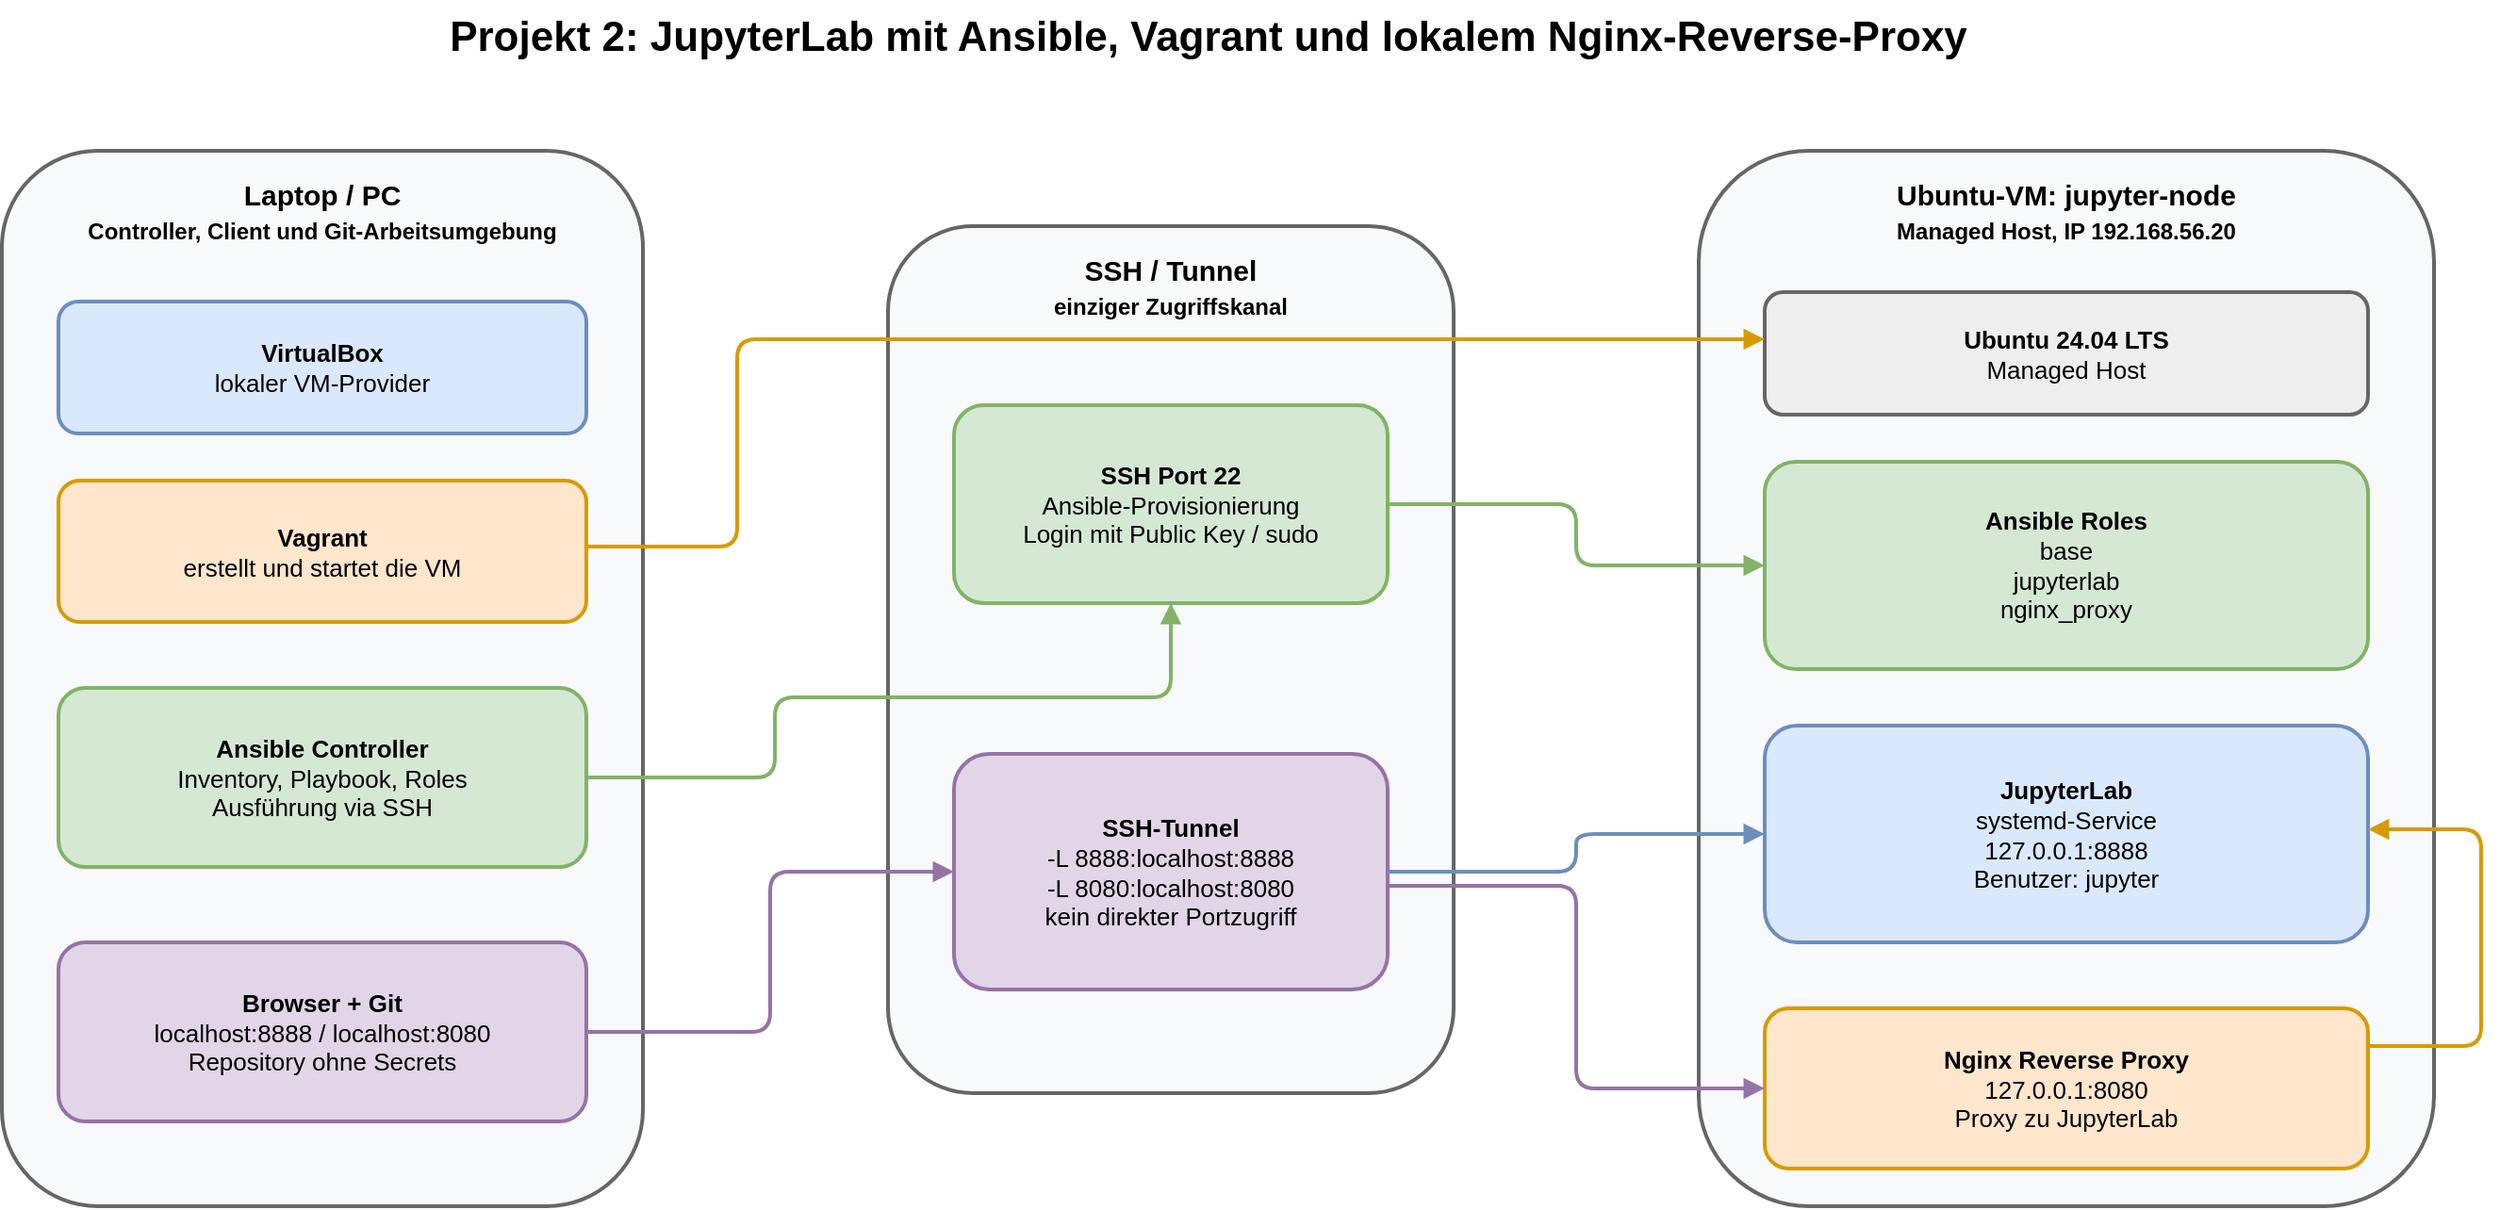
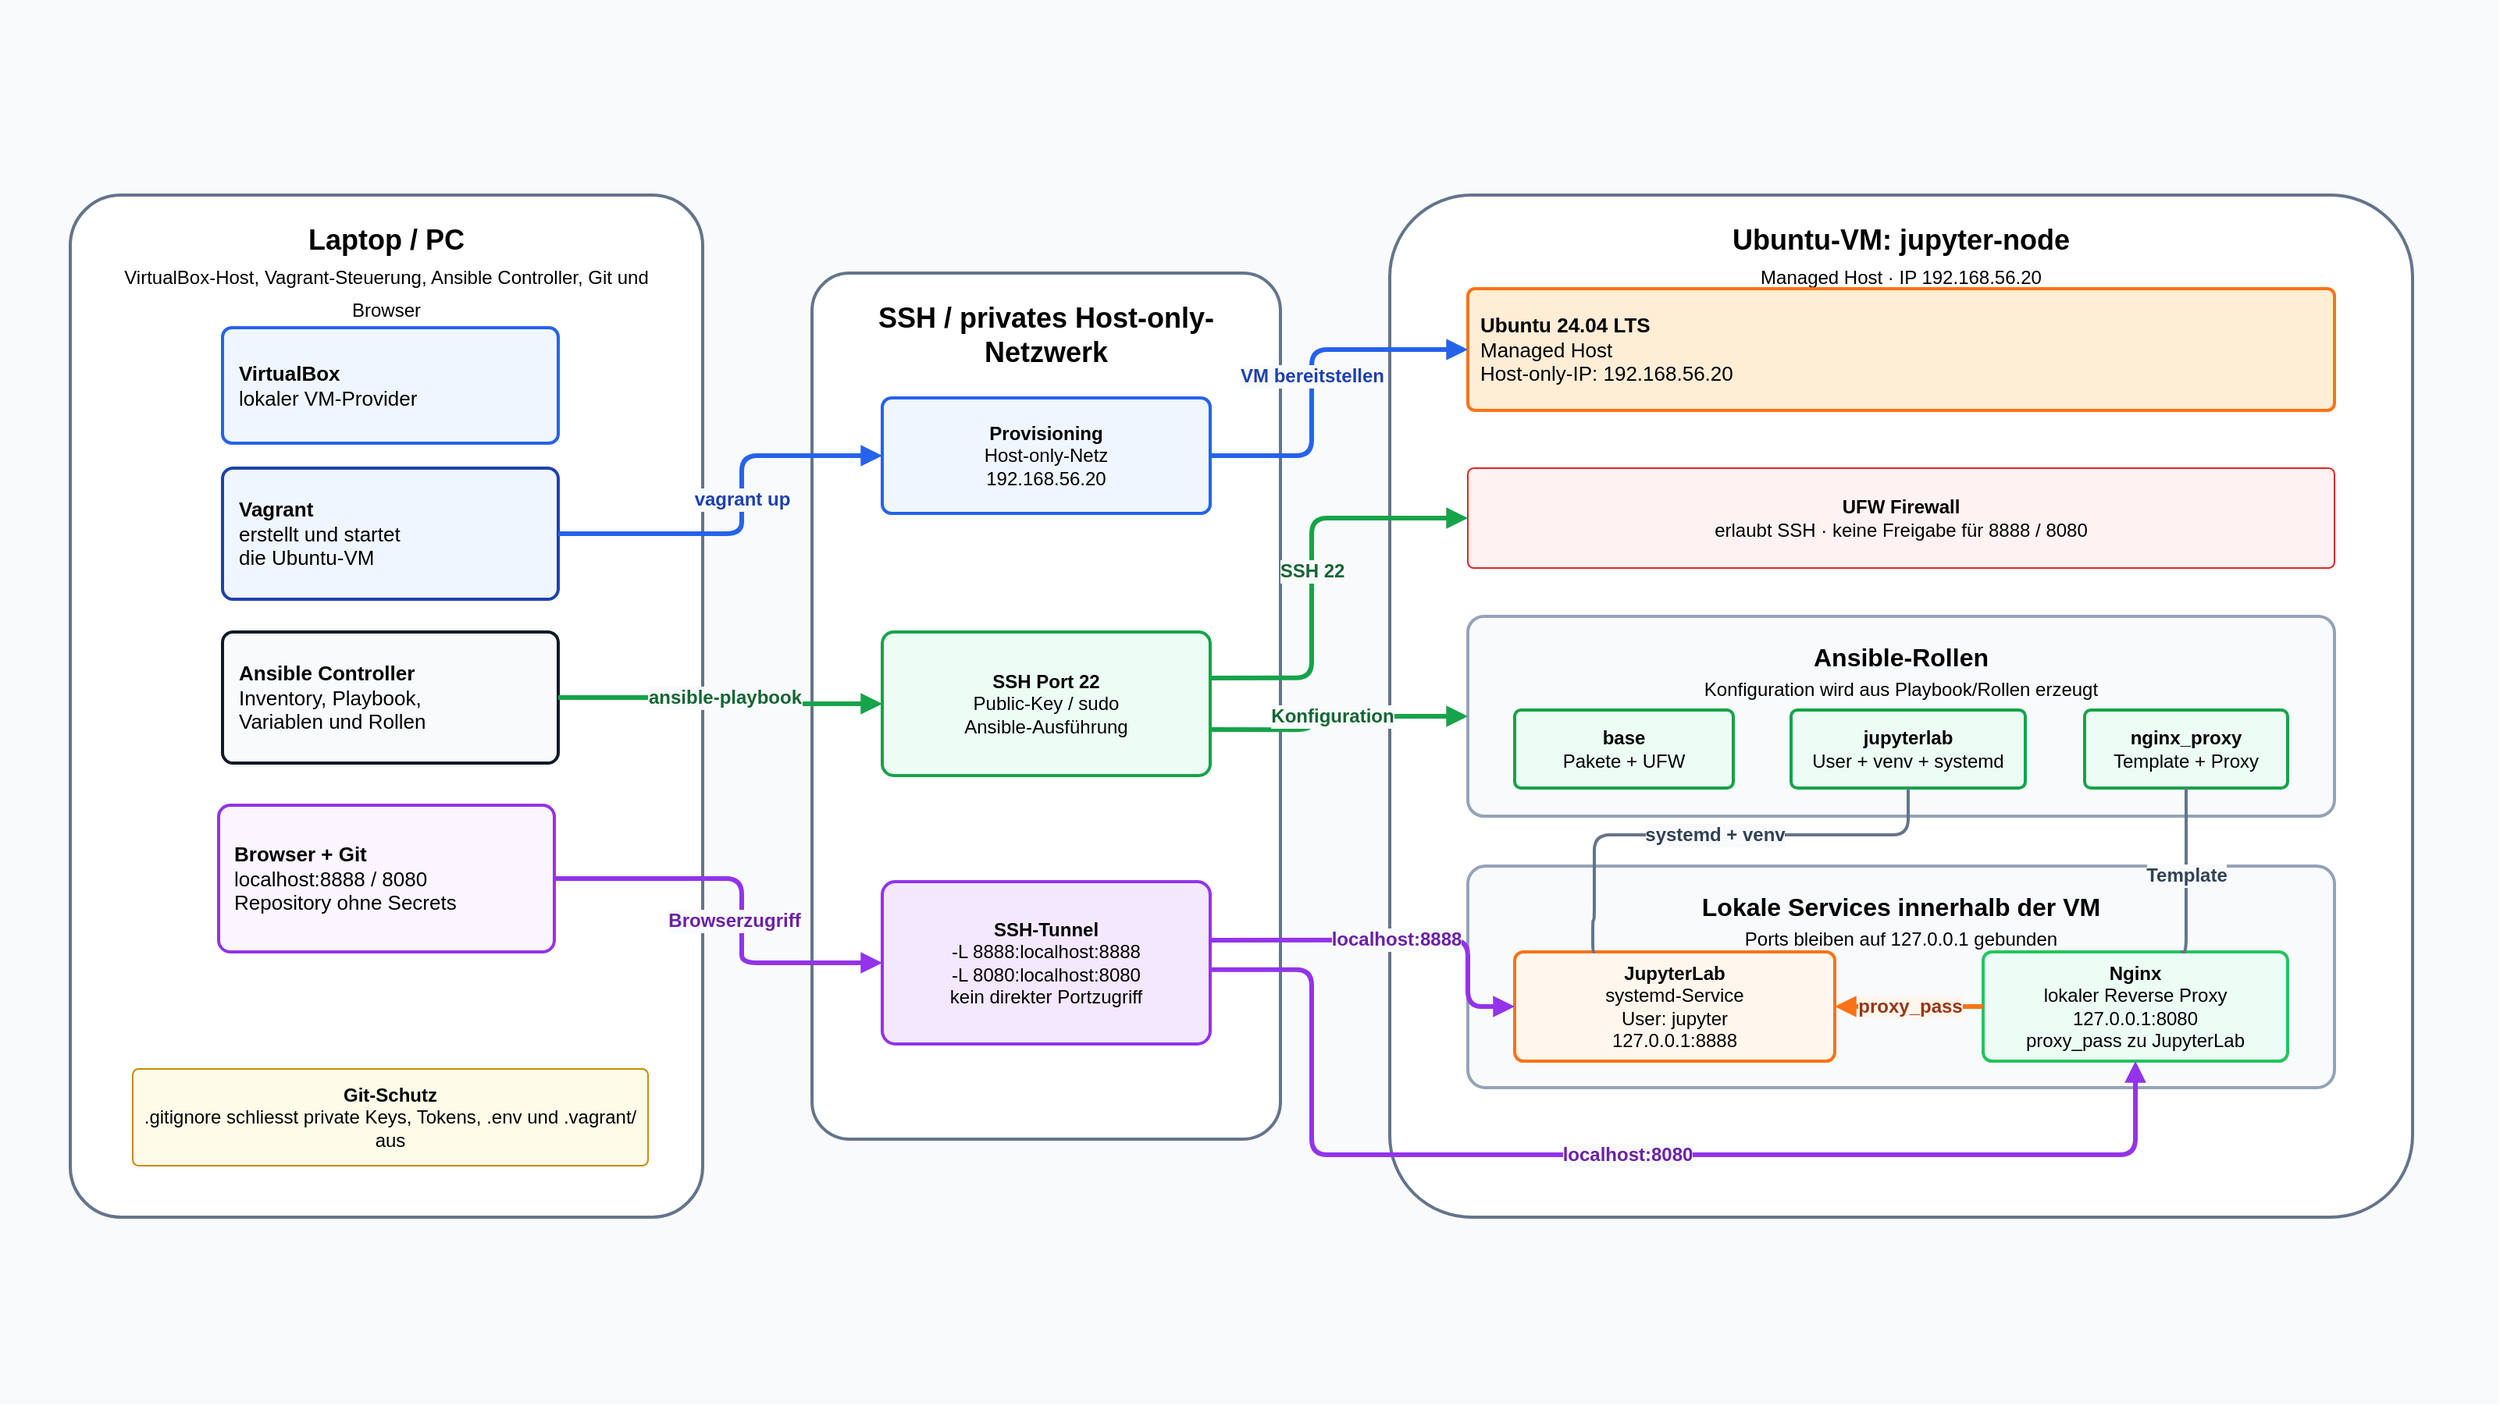
- <mxfile host="app.diagrams.net">
-   <diagram name="JupyterLab Ansible Architektur" id="jMA4xg-ikUPr2BjdF8rM">
-     <mxGraphModel dx="1406" dy="780" grid="1" gridSize="10" guides="1" tooltips="1" connect="1" arrows="1" fold="1" page="1" pageScale="1" pageWidth="827" pageHeight="1169" math="0" shadow="0">
+ <mxfile host="app.diagrams.net" agent="ChatGPT">
+   <diagram id="clean-jupyter-ansible" name="JupyterLab Ansible Architektur">
+     <mxGraphModel dx="1654" dy="918" grid="1" gridSize="10" guides="1" tooltips="1" connect="1" arrows="1" fold="1" page="1" pageScale="1" pageWidth="1600" pageHeight="900" math="0" shadow="0">
      <root>
        <mxCell id="0" />
        <mxCell id="1" parent="0" />
-         <mxCell id="ASk4GoaggNcpJz1mAXLk-42" parent="1" style="text;html=1;strokeColor=none;fillColor=none;align=center;verticalAlign=middle;whiteSpace=wrap;rounded=0;fontSize=22;fontStyle=1;" value="Projekt 2: JupyterLab mit Ansible, Vagrant und lokalem Nginx-Reverse-Proxy" vertex="1">
-           <mxGeometry height="40" width="1240" x="80" y="30" as="geometry" />
+         <mxCell id="bg" parent="1" style="rect;whiteSpace=wrap;html=1;fillColor=#f8fafc;strokeColor=none;" value="" vertex="1">
+           <mxGeometry height="900" width="1600" as="geometry" />
        </mxCell>
-         <mxCell id="ASk4GoaggNcpJz1mAXLk-43" parent="1" style="rounded=1;whiteSpace=wrap;html=1;shadow=0;strokeWidth=2;spacing=10;fontSize=15;fontStyle=1;align=center;verticalAlign=top;fillColor=#f8f9fa;strokeColor=#666666;" value="&lt;b&gt;Laptop / PC&lt;/b&gt;&lt;br&gt;&lt;span style=&#39;font-size:12px&#39;&gt;Controller, Client und Git-Arbeitsumgebung&lt;/span&gt;" vertex="1">
-           <mxGeometry height="560" width="340" x="60" y="110" as="geometry" />
+         <mxCell id="zone_pc" parent="1" style="rounded=1;whiteSpace=wrap;html=1;arcSize=8;strokeWidth=2;spacing=14;fontSize=18;fontStyle=1;align=center;verticalAlign=top;fillColor=#ffffff;strokeColor=#64748b;shadow=0;" value="&lt;b&gt;Laptop / PC&lt;/b&gt;&lt;br&gt;&lt;span style=&quot;font-size:12px;font-weight:normal&quot;&gt;VirtualBox-Host, Vagrant-Steuerung, Ansible Controller, Git und Browser&lt;/span&gt;" vertex="1">
+           <mxGeometry height="655" width="405" x="45" y="125" as="geometry" />
        </mxCell>
-         <mxCell id="ASk4GoaggNcpJz1mAXLk-44" parent="ASk4GoaggNcpJz1mAXLk-43" style="rounded=1;whiteSpace=wrap;html=1;shadow=0;strokeWidth=2;spacing=8;fontSize=13;align=center;verticalAlign=middle;fillColor=#dae8fc;strokeColor=#6c8ebf;" value="&lt;b&gt;VirtualBox&lt;/b&gt;&lt;br&gt;lokaler VM-Provider" vertex="1">
-           <mxGeometry height="70" width="280" x="30" y="80" as="geometry" />
+         <mxCell id="zone_net" parent="1" style="rounded=1;whiteSpace=wrap;html=1;arcSize=8;strokeWidth=2;spacing=14;fontSize=18;fontStyle=1;align=center;verticalAlign=top;fillColor=#ffffff;strokeColor=#64748b;shadow=0;" value="&lt;b&gt;SSH / privates Host-only-Netzwerk&lt;/b&gt;" vertex="1">
+           <mxGeometry height="555" width="300" x="520" y="175" as="geometry" />
        </mxCell>
-         <mxCell id="ASk4GoaggNcpJz1mAXLk-45" parent="ASk4GoaggNcpJz1mAXLk-43" style="rounded=1;whiteSpace=wrap;html=1;shadow=0;strokeWidth=2;spacing=8;fontSize=13;align=center;verticalAlign=middle;fillColor=#ffe6cc;strokeColor=#d79b00;" value="&lt;b&gt;Vagrant&lt;/b&gt;&lt;br&gt;erstellt und startet die VM" vertex="1">
-           <mxGeometry height="75" width="280" x="30" y="175" as="geometry" />
+         <mxCell id="zone_vm" parent="1" style="rounded=1;whiteSpace=wrap;html=1;arcSize=8;strokeWidth=2;spacing=14;fontSize=18;fontStyle=1;align=center;verticalAlign=top;fillColor=#ffffff;strokeColor=#64748b;shadow=0;" value="&lt;b&gt;Ubuntu-VM: jupyter-node&lt;/b&gt;&lt;br&gt;&lt;span style=&quot;font-size:12px;font-weight:normal&quot;&gt;Managed Host · IP 192.168.56.20&lt;/span&gt;" vertex="1">
+           <mxGeometry height="655" width="655" x="890" y="125" as="geometry" />
        </mxCell>
-         <mxCell id="ASk4GoaggNcpJz1mAXLk-46" parent="ASk4GoaggNcpJz1mAXLk-43" style="rounded=1;whiteSpace=wrap;html=1;shadow=0;strokeWidth=2;spacing=8;fontSize=13;align=center;verticalAlign=middle;fillColor=#d5e8d4;strokeColor=#82b366;" value="&lt;b&gt;Ansible Controller&lt;/b&gt;&lt;br&gt;Inventory, Playbook, Roles&lt;br&gt;Ausführung via SSH" vertex="1">
-           <mxGeometry height="95" width="280" x="30" y="285" as="geometry" />
+         <mxCell id="pc_virtualbox" parent="1" style="rounded=1;whiteSpace=wrap;html=1;arcSize=8;strokeWidth=2;spacing=10;fontSize=13;align=left;verticalAlign=middle;fillColor=#ffffff;strokeColor=#334155;fillColor=#eff6ff;strokeColor=#2563eb;" value="&lt;b&gt;VirtualBox&lt;/b&gt;&lt;br&gt;lokaler VM-Provider" vertex="1">
+           <mxGeometry height="74" width="215" x="142.5" y="210" as="geometry" />
        </mxCell>
-         <mxCell id="ASk4GoaggNcpJz1mAXLk-47" parent="ASk4GoaggNcpJz1mAXLk-43" style="rounded=1;whiteSpace=wrap;html=1;shadow=0;strokeWidth=2;spacing=8;fontSize=13;align=center;verticalAlign=middle;fillColor=#e1d5e7;strokeColor=#9673a6;" value="&lt;b&gt;Browser + Git&lt;/b&gt;&lt;br&gt;localhost:8888 / localhost:8080&lt;br&gt;Repository ohne Secrets" vertex="1">
-           <mxGeometry height="95" width="280" x="30" y="420" as="geometry" />
+         <mxCell id="pc_vagrant" parent="1" style="rounded=1;whiteSpace=wrap;html=1;arcSize=8;strokeWidth=2;spacing=10;fontSize=13;align=left;verticalAlign=middle;fillColor=#ffffff;strokeColor=#334155;fillColor=#eff6ff;strokeColor=#1e40af;" value="&lt;b&gt;Vagrant&lt;/b&gt;&lt;br&gt;erstellt und startet&lt;br&gt;die Ubuntu-VM" vertex="1">
+           <mxGeometry height="84" width="215" x="142.5" y="300" as="geometry" />
        </mxCell>
-         <mxCell id="ASk4GoaggNcpJz1mAXLk-48" parent="1" style="rounded=1;whiteSpace=wrap;html=1;shadow=0;strokeWidth=2;spacing=10;fontSize=15;fontStyle=1;align=center;verticalAlign=top;fillColor=#f8f9fa;strokeColor=#666666;" value="&lt;b&gt;SSH / Tunnel&lt;/b&gt;&lt;br&gt;&lt;span style=&#39;font-size:12px&#39;&gt;einziger Zugriffskanal&lt;/span&gt;" vertex="1">
-           <mxGeometry height="460" width="300" x="530" y="150" as="geometry" />
+         <mxCell id="pc_ansible" parent="1" style="rounded=1;whiteSpace=wrap;html=1;arcSize=8;strokeWidth=2;spacing=10;fontSize=13;align=left;verticalAlign=middle;fillColor=#ffffff;strokeColor=#334155;fillColor=#f8fafc;strokeColor=#111827;" value="&lt;b&gt;Ansible Controller&lt;/b&gt;&lt;br&gt;Inventory, Playbook,&lt;br&gt;Variablen und Rollen" vertex="1">
+           <mxGeometry height="84" width="215" x="142.5" y="405" as="geometry" />
        </mxCell>
-         <mxCell id="ASk4GoaggNcpJz1mAXLk-49" parent="ASk4GoaggNcpJz1mAXLk-48" style="rounded=1;whiteSpace=wrap;html=1;shadow=0;strokeWidth=2;spacing=8;fontSize=13;align=center;verticalAlign=middle;fillColor=#d5e8d4;strokeColor=#82b366;" value="&lt;b&gt;SSH Port 22&lt;/b&gt;&lt;br&gt;Ansible-Provisionierung&lt;br&gt;Login mit Public Key / sudo" vertex="1">
-           <mxGeometry height="105" width="230" x="35" y="95" as="geometry" />
+         <mxCell id="pc_browser" parent="1" style="rounded=1;whiteSpace=wrap;html=1;arcSize=8;strokeWidth=2;spacing=10;fontSize=13;align=left;verticalAlign=middle;fillColor=#ffffff;strokeColor=#334155;fillColor=#faf5ff;strokeColor=#9333ea;" value="&lt;b&gt;Browser + Git&lt;/b&gt;&lt;br&gt;localhost:8888 / 8080&lt;br&gt;Repository ohne Secrets" vertex="1">
+           <mxGeometry height="94" width="215" x="140" y="516" as="geometry" />
        </mxCell>
-         <mxCell id="ASk4GoaggNcpJz1mAXLk-50" parent="ASk4GoaggNcpJz1mAXLk-48" style="rounded=1;whiteSpace=wrap;html=1;shadow=0;strokeWidth=2;spacing=8;fontSize=13;align=center;verticalAlign=middle;fillColor=#e1d5e7;strokeColor=#9673a6;" value="&lt;b&gt;SSH-Tunnel&lt;/b&gt;&lt;br&gt;-L 8888:localhost:8888&lt;br&gt;-L 8080:localhost:8080&lt;br&gt;kein direkter Portzugriff" vertex="1">
-           <mxGeometry height="125" width="230" x="35" y="280" as="geometry" />
+         <mxCell id="pc_no_secrets" parent="1" style="rounded=1;whiteSpace=wrap;html=1;arcSize=6;strokeWidth=1;spacing=8;fontSize=12;align=center;verticalAlign=middle;fillColor=#fefce8;strokeColor=#ca8a04;" value="&lt;b&gt;Git-Schutz&lt;/b&gt;&lt;br&gt;.gitignore schliesst private Keys, Tokens, .env und .vagrant/ aus" vertex="1">
+           <mxGeometry height="62" width="330" x="85" y="685" as="geometry" />
        </mxCell>
-         <mxCell id="ASk4GoaggNcpJz1mAXLk-51" parent="1" style="rounded=1;whiteSpace=wrap;html=1;shadow=0;strokeWidth=2;spacing=10;fontSize=15;fontStyle=1;align=center;verticalAlign=top;fillColor=#f8f9fa;strokeColor=#666666;" value="&lt;b&gt;Ubuntu-VM: jupyter-node&lt;/b&gt;&lt;br&gt;&lt;span style=&#39;font-size:12px&#39;&gt;Managed Host, IP 192.168.56.20&lt;/span&gt;" vertex="1">
-           <mxGeometry height="560" width="390" x="960" y="110" as="geometry" />
+         <mxCell id="net_provision" parent="1" style="rounded=1;whiteSpace=wrap;html=1;arcSize=8;strokeWidth=2;spacing=8;fontSize=12;align=center;verticalAlign=middle;fillColor=#ffffff;strokeColor=#334155;fillColor=#eff6ff;strokeColor=#2563eb;" value="&lt;b&gt;Provisioning&lt;/b&gt;&lt;br&gt;Host-only-Netz&lt;br&gt;192.168.56.20" vertex="1">
+           <mxGeometry height="74" width="210" x="565" y="255" as="geometry" />
        </mxCell>
-         <mxCell id="ASk4GoaggNcpJz1mAXLk-52" parent="ASk4GoaggNcpJz1mAXLk-51" style="rounded=1;whiteSpace=wrap;html=1;shadow=0;strokeWidth=2;spacing=8;fontSize=13;align=center;verticalAlign=middle;fillColor=#eeeeee;strokeColor=#666666;" value="&lt;b&gt;Ubuntu 24.04 LTS&lt;/b&gt;&lt;br&gt;Managed Host" vertex="1">
-           <mxGeometry height="65" width="320" x="35" y="75" as="geometry" />
+         <mxCell id="net_ssh" parent="1" style="rounded=1;whiteSpace=wrap;html=1;arcSize=8;strokeWidth=2;spacing=8;fontSize=12;align=center;verticalAlign=middle;fillColor=#ecfdf5;strokeColor=#16a34a;" value="&lt;b&gt;SSH Port 22&lt;/b&gt;&lt;br&gt;Public-Key / sudo&lt;br&gt;Ansible-Ausführung" vertex="1">
+           <mxGeometry height="92" width="210" x="565" y="405" as="geometry" />
        </mxCell>
-         <mxCell id="ASk4GoaggNcpJz1mAXLk-53" parent="ASk4GoaggNcpJz1mAXLk-51" style="rounded=1;whiteSpace=wrap;html=1;shadow=0;strokeWidth=2;spacing=8;fontSize=13;align=center;verticalAlign=middle;fillColor=#d5e8d4;strokeColor=#82b366;" value="&lt;b&gt;Ansible Roles&lt;/b&gt;&lt;br&gt;base&lt;br&gt;jupyterlab&lt;br&gt;nginx_proxy" vertex="1">
-           <mxGeometry height="110" width="320" x="35" y="165" as="geometry" />
+         <mxCell id="net_tunnel" parent="1" style="rounded=1;whiteSpace=wrap;html=1;arcSize=8;strokeWidth=2;spacing=8;fontSize=12;align=center;verticalAlign=middle;fillColor=#f3e8ff;strokeColor=#9333ea;" value="&lt;b&gt;SSH-Tunnel&lt;/b&gt;&lt;br&gt;-L 8888:localhost:8888&lt;br&gt;-L 8080:localhost:8080&lt;br&gt;kein direkter Portzugriff" vertex="1">
+           <mxGeometry height="104" width="210" x="565" y="565" as="geometry" />
        </mxCell>
-         <mxCell id="ASk4GoaggNcpJz1mAXLk-54" parent="ASk4GoaggNcpJz1mAXLk-51" style="rounded=1;whiteSpace=wrap;html=1;shadow=0;strokeWidth=2;spacing=8;fontSize=13;align=center;verticalAlign=middle;fillColor=#dae8fc;strokeColor=#6c8ebf;" value="&lt;b&gt;JupyterLab&lt;/b&gt;&lt;br&gt;systemd-Service&lt;br&gt;127.0.0.1:8888&lt;br&gt;Benutzer: jupyter" vertex="1">
-           <mxGeometry height="115" width="320" x="35" y="305" as="geometry" />
+         <mxCell id="vm_os" parent="1" style="rounded=1;whiteSpace=wrap;html=1;arcSize=6;strokeWidth=2;spacing=8;fontSize=13;align=left;verticalAlign=middle;fillColor=#e0f2fe;strokeColor=#0284c7;fillColor=#ffedd5;strokeColor=#f97316;" value="&lt;b&gt;Ubuntu 24.04 LTS&lt;/b&gt;&lt;br&gt;Managed Host&lt;br&gt;Host-only-IP: 192.168.56.20" vertex="1">
+           <mxGeometry height="78" width="555" x="940" y="185" as="geometry" />
        </mxCell>
-         <mxCell id="ASk4GoaggNcpJz1mAXLk-55" parent="ASk4GoaggNcpJz1mAXLk-51" style="rounded=1;whiteSpace=wrap;html=1;shadow=0;strokeWidth=2;spacing=8;fontSize=13;align=center;verticalAlign=middle;fillColor=#ffe6cc;strokeColor=#d79b00;" value="&lt;b&gt;Nginx Reverse Proxy&lt;/b&gt;&lt;br&gt;127.0.0.1:8080&lt;br&gt;Proxy zu JupyterLab" vertex="1">
-           <mxGeometry height="85" width="320" x="35" y="455" as="geometry" />
+         <mxCell id="vm_ufw" parent="1" style="rounded=1;whiteSpace=wrap;html=1;arcSize=6;strokeWidth=1;spacing=8;fontSize=12;align=center;verticalAlign=middle;fillColor=#fef2f2;strokeColor=#dc2626;" value="&lt;b&gt;UFW Firewall&lt;/b&gt;&lt;br&gt;erlaubt SSH · keine Freigabe für 8888 / 8080" vertex="1">
+           <mxGeometry height="64" width="555" x="940" y="300" as="geometry" />
        </mxCell>
-         <mxCell id="ASk4GoaggNcpJz1mAXLk-58" edge="1" parent="1" source="ASk4GoaggNcpJz1mAXLk-45" style="edgeStyle=orthogonalEdgeStyle;rounded=1;orthogonalLoop=1;jettySize=auto;html=1;endArrow=block;endFill=1;strokeWidth=2;strokeColor=#d79b00;" target="ASk4GoaggNcpJz1mAXLk-52" value="">
-           <mxGeometry relative="1" as="geometry">
+         <mxCell id="vm_roles_title" parent="1" style="rounded=1;whiteSpace=wrap;html=1;arcSize=8;strokeWidth=2;spacing=12;fontSize=16;fontStyle=1;align=center;verticalAlign=top;fillColor=#f8fafc;strokeColor=#94a3b8;" value="&lt;b&gt;Ansible-Rollen&lt;/b&gt;&lt;br&gt;&lt;span style=&quot;font-size:12px;font-weight:normal&quot;&gt;Konfiguration wird aus Playbook/Rollen erzeugt&lt;/span&gt;" vertex="1">
+           <mxGeometry height="128" width="555" x="940" y="395" as="geometry" />
+         </mxCell>
+         <mxCell id="role_base" parent="1" style="rounded=1;whiteSpace=wrap;html=1;arcSize=8;strokeWidth=2;spacing=8;fontSize=12;align=center;verticalAlign=middle;fillColor=#ecfdf5;strokeColor=#16a34a;fontStyle=1;" value="base&lt;br&gt;&lt;span style=&quot;font-weight:normal&quot;&gt;Pakete + UFW&lt;/span&gt;" vertex="1">
+           <mxGeometry height="50" width="140" x="970" y="455" as="geometry" />
+         </mxCell>
+         <mxCell id="role_jupyter" parent="1" style="rounded=1;whiteSpace=wrap;html=1;arcSize=8;strokeWidth=2;spacing=8;fontSize=12;align=center;verticalAlign=middle;fillColor=#ecfdf5;strokeColor=#16a34a;fontStyle=1;" value="jupyterlab&lt;br&gt;&lt;span style=&quot;font-weight:normal&quot;&gt;User + venv + systemd&lt;/span&gt;" vertex="1">
+           <mxGeometry height="50" width="150" x="1147" y="455" as="geometry" />
+         </mxCell>
+         <mxCell id="role_nginx" parent="1" style="rounded=1;whiteSpace=wrap;html=1;arcSize=8;strokeWidth=2;spacing=8;fontSize=12;align=center;verticalAlign=middle;fillColor=#ecfdf5;strokeColor=#16a34a;fontStyle=1;" value="nginx_proxy&lt;br&gt;&lt;span style=&quot;font-weight:normal&quot;&gt;Template + Proxy&lt;/span&gt;" vertex="1">
+           <mxGeometry height="50" width="130" x="1335" y="455" as="geometry" />
+         </mxCell>
+         <mxCell id="vm_services_title" parent="1" style="rounded=1;whiteSpace=wrap;html=1;arcSize=8;strokeWidth=2;spacing=12;fontSize=16;fontStyle=1;align=center;verticalAlign=top;fillColor=#f8fafc;strokeColor=#94a3b8;" value="&lt;b&gt;Lokale Services innerhalb der VM&lt;/b&gt;&lt;br&gt;&lt;span style=&quot;font-size:12px;font-weight:normal&quot;&gt;Ports bleiben auf 127.0.0.1 gebunden&lt;/span&gt;" vertex="1">
+           <mxGeometry height="142" width="555" x="940" y="555" as="geometry" />
+         </mxCell>
+         <mxCell id="service_jupyter" parent="1" style="rounded=1;whiteSpace=wrap;html=1;arcSize=8;strokeWidth=2;spacing=8;fontSize=12;align=center;verticalAlign=middle;fillColor=#fff7ed;strokeColor=#f97316;" value="&lt;b&gt;JupyterLab&lt;/b&gt;&lt;br&gt;systemd-Service&lt;br&gt;User: jupyter&lt;br&gt;127.0.0.1:8888" vertex="1">
+           <mxGeometry height="70" width="205" x="970" y="610" as="geometry" />
+         </mxCell>
+         <mxCell id="service_nginx" parent="1" style="rounded=1;whiteSpace=wrap;html=1;arcSize=8;strokeWidth=2;spacing=8;fontSize=12;align=center;verticalAlign=middle;fillColor=#ecfdf5;strokeColor=#22c55e;" value="&lt;b&gt;Nginx&lt;/b&gt;&lt;br&gt;lokaler Reverse Proxy&lt;br&gt;127.0.0.1:8080&lt;br&gt;proxy_pass zu JupyterLab" vertex="1">
+           <mxGeometry height="70" width="195" x="1270" y="610" as="geometry" />
+         </mxCell>
+         <mxCell id="e_vagrant_to_net" edge="1" parent="1" source="pc_vagrant" style="edgeStyle=orthogonalEdgeStyle;rounded=1;orthogonalLoop=1;jettySize=auto;html=1;endArrow=block;endFill=1;strokeWidth=3;strokeColor=#2563eb;fontSize=12;fontStyle=1;fontColor=#1e40af;labelBackgroundColor=#f8fafc;exitX=1;exitY=0.5;entryX=0;entryY=0.5;" target="net_provision" value="vagrant up">
+           <mxGeometry relative="1" x="0.084" as="geometry">
+             <mxPoint as="offset" />
            <Array as="points">
-               <mxPoint x="450" y="320" />
-               <mxPoint x="900" y="210" />
+               <mxPoint x="475" y="327" />
+               <mxPoint x="475" y="292" />
+               <mxPoint x="540" y="292" />
            </Array>
          </mxGeometry>
        </mxCell>
-         <mxCell id="ASk4GoaggNcpJz1mAXLk-59" edge="1" parent="1" source="ASk4GoaggNcpJz1mAXLk-46" style="edgeStyle=orthogonalEdgeStyle;rounded=1;orthogonalLoop=1;jettySize=auto;html=1;endArrow=block;endFill=1;strokeWidth=2;strokeColor=#82b366;exitX=1;exitY=0.5;exitDx=0;exitDy=0;" target="ASk4GoaggNcpJz1mAXLk-49" value="">
+         <mxCell id="e_net_to_vm" edge="1" parent="1" source="net_provision" style="edgeStyle=orthogonalEdgeStyle;rounded=1;orthogonalLoop=1;jettySize=auto;html=1;endArrow=block;endFill=1;strokeWidth=3;strokeColor=#2563eb;fontSize=12;fontStyle=1;fontColor=#1e40af;labelBackgroundColor=#f8fafc;exitX=1;exitY=0.5;entryX=0;entryY=0.5;" target="vm_os" value="VM bereitstellen">
          <mxGeometry relative="1" as="geometry">
            <Array as="points">
-               <mxPoint x="470" y="443" />
-               <mxPoint x="470" y="400" />
-               <mxPoint x="680" y="400" />
+               <mxPoint x="840" y="292" />
+               <mxPoint x="840" y="224" />
            </Array>
          </mxGeometry>
        </mxCell>
-         <mxCell id="ASk4GoaggNcpJz1mAXLk-60" edge="1" parent="1" source="ASk4GoaggNcpJz1mAXLk-49" style="edgeStyle=orthogonalEdgeStyle;rounded=1;orthogonalLoop=1;jettySize=auto;html=1;endArrow=block;endFill=1;strokeWidth=2;strokeColor=#82b366;" target="ASk4GoaggNcpJz1mAXLk-53" value="">
-           <mxGeometry relative="1" as="geometry" />
-         </mxCell>
-         <mxCell id="ASk4GoaggNcpJz1mAXLk-61" edge="1" parent="1" source="ASk4GoaggNcpJz1mAXLk-47" style="edgeStyle=orthogonalEdgeStyle;rounded=1;orthogonalLoop=1;jettySize=auto;html=1;endArrow=block;endFill=1;strokeWidth=2;strokeColor=#9673a6;" target="ASk4GoaggNcpJz1mAXLk-50" value="">
-           <mxGeometry relative="1" as="geometry" />
-         </mxCell>
-         <mxCell id="ASk4GoaggNcpJz1mAXLk-62" edge="1" parent="1" source="ASk4GoaggNcpJz1mAXLk-50" style="edgeStyle=orthogonalEdgeStyle;rounded=1;orthogonalLoop=1;jettySize=auto;html=1;endArrow=block;endFill=1;strokeWidth=2;strokeColor=#6c8ebf;" target="ASk4GoaggNcpJz1mAXLk-54" value="">
-           <mxGeometry relative="1" as="geometry" />
-         </mxCell>
-         <mxCell id="ASk4GoaggNcpJz1mAXLk-63" edge="1" parent="1" source="ASk4GoaggNcpJz1mAXLk-50" style="edgeStyle=orthogonalEdgeStyle;rounded=1;orthogonalLoop=1;jettySize=auto;html=1;endArrow=block;endFill=1;strokeWidth=2;strokeColor=#9673a6;" target="ASk4GoaggNcpJz1mAXLk-55" value="">
+         <mxCell id="e_ansible_to_ssh" edge="1" parent="1" source="pc_ansible" style="edgeStyle=orthogonalEdgeStyle;rounded=1;orthogonalLoop=1;jettySize=auto;html=1;endArrow=block;endFill=1;strokeWidth=3;strokeColor=#16a34a;fontSize=12;fontStyle=1;fontColor=#166534;labelBackgroundColor=#f8fafc;exitX=1;exitY=0.5;entryX=0;entryY=0.5;" target="net_ssh" value="ansible-playbook">
          <mxGeometry relative="1" as="geometry">
            <Array as="points">
-               <mxPoint x="895" y="500" />
+               <mxPoint x="475" y="447" />
+               <mxPoint x="475" y="451" />
+               <mxPoint x="540" y="451" />
            </Array>
          </mxGeometry>
        </mxCell>
-         <mxCell id="ASk4GoaggNcpJz1mAXLk-64" edge="1" parent="1" source="ASk4GoaggNcpJz1mAXLk-55" style="edgeStyle=orthogonalEdgeStyle;rounded=1;orthogonalLoop=1;jettySize=auto;html=1;endArrow=block;endFill=1;strokeWidth=2;strokeColor=#d79b00;" target="ASk4GoaggNcpJz1mAXLk-54" value="">
+         <mxCell id="e_ssh_to_ufw" edge="1" parent="1" source="net_ssh" style="edgeStyle=orthogonalEdgeStyle;rounded=1;orthogonalLoop=1;jettySize=auto;html=1;endArrow=block;endFill=1;strokeWidth=3;strokeColor=#16a34a;fontSize=12;fontStyle=1;fontColor=#166534;labelBackgroundColor=#f8fafc;exitX=1;exitY=0.32;entryX=0;entryY=0.5;" target="vm_ufw" value="SSH 22">
          <mxGeometry relative="1" as="geometry">
            <Array as="points">
-               <mxPoint x="1375" y="585" />
-               <mxPoint x="1375" y="470" />
+               <mxPoint x="840" y="434" />
+               <mxPoint x="840" y="332" />
            </Array>
+           </mxGeometry>
+         </mxCell>
+         <mxCell id="e_ssh_to_roles" edge="1" parent="1" source="net_ssh" style="edgeStyle=orthogonalEdgeStyle;rounded=1;orthogonalLoop=1;jettySize=auto;html=1;endArrow=block;endFill=1;strokeWidth=3;strokeColor=#16a34a;fontSize=12;fontStyle=1;fontColor=#166534;labelBackgroundColor=#f8fafc;exitX=1;exitY=0.68;entryX=0;entryY=0.5;" target="vm_roles_title" value="Konfiguration">
+           <mxGeometry relative="1" as="geometry">
+             <Array as="points">
+               <mxPoint x="840" y="468" />
+               <mxPoint x="840" y="459" />
+             </Array>
+           </mxGeometry>
+         </mxCell>
+         <mxCell id="e_browser_to_tunnel" edge="1" parent="1" source="pc_browser" style="edgeStyle=orthogonalEdgeStyle;rounded=1;orthogonalLoop=1;jettySize=auto;html=1;endArrow=block;endFill=1;strokeWidth=3;strokeColor=#9333ea;fontSize=12;fontStyle=1;fontColor=#6b21a8;labelBackgroundColor=#f8fafc;exitX=1;exitY=0.5;entryX=0;entryY=0.5;" target="net_tunnel" value="Browserzugriff">
+           <mxGeometry relative="1" x="0.1136" y="-5" as="geometry">
+             <mxPoint as="offset" />
+             <Array as="points">
+               <mxPoint x="475" y="597" />
+               <mxPoint x="475" y="617" />
+               <mxPoint x="540" y="617" />
+             </Array>
+           </mxGeometry>
+         </mxCell>
+         <mxCell id="e_tunnel_to_nginx" edge="1" parent="1" style="edgeStyle=orthogonalEdgeStyle;rounded=1;orthogonalLoop=1;jettySize=auto;html=1;endArrow=block;endFill=1;strokeWidth=3;strokeColor=#9333ea;fontSize=12;fontStyle=1;fontColor=#6b21a8;labelBackgroundColor=#f8fafc;exitX=1;exitY=0.68;entryX=0.5;entryY=1;entryDx=0;entryDy=0;" target="service_nginx" value="localhost:8080">
+           <mxGeometry relative="1" as="geometry">
+             <Array as="points">
+               <mxPoint x="840" y="621" />
+               <mxPoint x="840" y="740" />
+               <mxPoint x="1368" y="740" />
+             </Array>
+             <mxPoint x="774.9999999999995" y="621.37" as="sourcePoint" />
+             <mxPoint x="1270" y="630.65" as="targetPoint" />
+           </mxGeometry>
+         </mxCell>
+         <mxCell id="e_tunnel_to_jupyter" edge="1" parent="1" source="net_tunnel" style="edgeStyle=orthogonalEdgeStyle;rounded=1;orthogonalLoop=1;jettySize=auto;html=1;endArrow=block;endFill=1;strokeWidth=3;strokeColor=#9333ea;fontSize=12;fontStyle=1;fontColor=#6b21a8;labelBackgroundColor=#f8fafc;exitX=1;exitY=0.36;entryX=0;entryY=0.5;" target="service_jupyter" value="localhost:8888">
+           <mxGeometry relative="1" as="geometry">
+             <Array as="points">
+               <mxPoint x="940" y="602" />
+               <mxPoint x="940" y="645" />
+             </Array>
+           </mxGeometry>
+         </mxCell>
+         <mxCell id="e_nginx_to_jupyter" edge="1" parent="1" source="service_nginx" style="edgeStyle=orthogonalEdgeStyle;rounded=1;orthogonalLoop=1;jettySize=auto;html=1;endArrow=block;endFill=1;strokeWidth=3;strokeColor=#f97316;fontSize=12;fontStyle=1;fontColor=#9a3412;labelBackgroundColor=#fff7ed;exitX=0;exitY=0.5;entryX=1;entryY=0.5;" target="service_jupyter" value="proxy_pass">
+           <mxGeometry relative="1" as="geometry">
+             <Array as="points">
+               <mxPoint x="1225" y="645" />
+             </Array>
+           </mxGeometry>
+         </mxCell>
+         <mxCell id="e_role_jupyter_service" edge="1" parent="1" source="role_jupyter" style="edgeStyle=orthogonalEdgeStyle;rounded=1;orthogonalLoop=1;jettySize=auto;html=1;endArrow=none;strokeWidth=2;strokeColor=#64748b;fontSize=12;fontStyle=1;fontColor=#334155;labelBackgroundColor=#f8fafc;exitX=0.5;exitY=1;entryX=0.25;entryY=0;entryDx=0;entryDy=0;" target="service_jupyter" value="systemd + venv">
+           <mxGeometry relative="1" as="geometry">
+             <Array as="points">
+               <mxPoint x="1222" y="535" />
+               <mxPoint x="1021" y="535" />
+               <mxPoint x="1021" y="590" />
+               <mxPoint x="1020" y="610" />
+             </Array>
+           </mxGeometry>
+         </mxCell>
+         <mxCell id="e_role_nginx_service" edge="1" parent="1" source="role_nginx" style="edgeStyle=orthogonalEdgeStyle;rounded=1;orthogonalLoop=1;jettySize=auto;html=1;endArrow=none;strokeWidth=2;strokeColor=#64748b;fontSize=12;fontStyle=1;fontColor=#334155;labelBackgroundColor=#f8fafc;exitX=0.5;exitY=1;" value="Template">
+           <mxGeometry relative="1" as="geometry">
+             <Array as="points">
+               <mxPoint x="1400" y="610" />
+               <mxPoint x="1397" y="610" />
+             </Array>
+             <mxPoint x="1400" y="610" as="targetPoint" />
          </mxGeometry>
        </mxCell>
      </root>
    </mxGraphModel>
  </diagram>
</mxfile>
